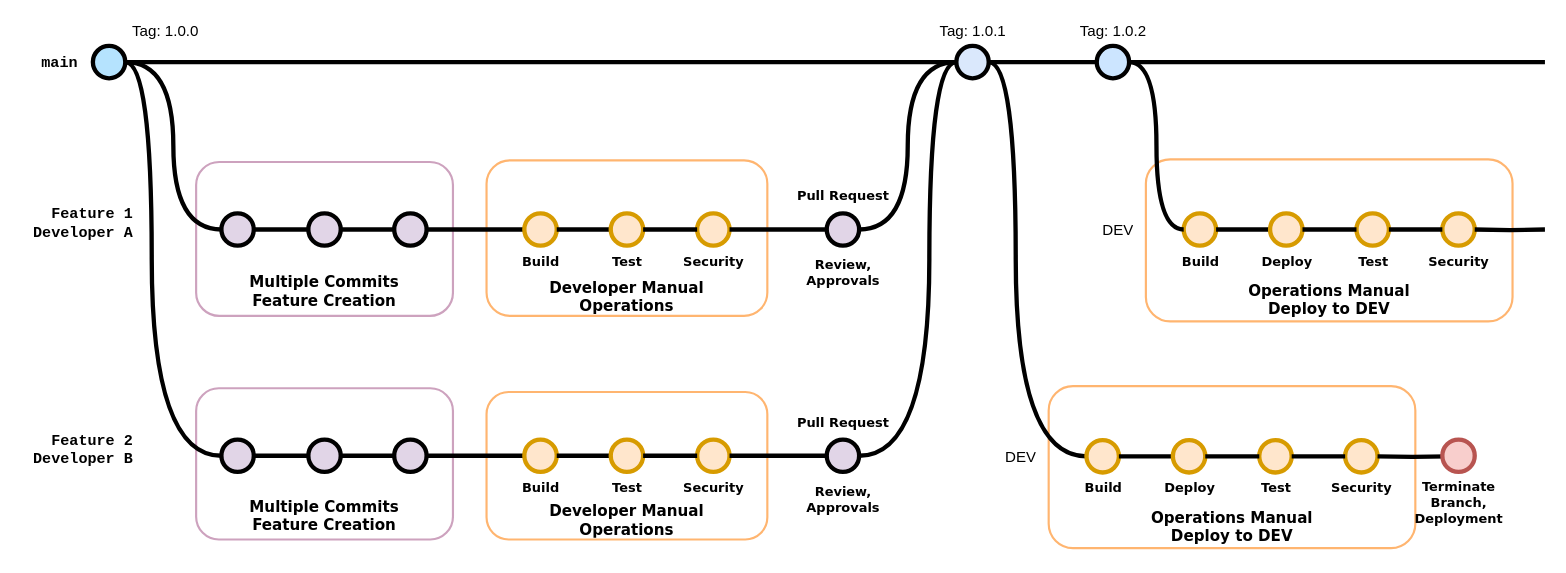
The draw.io diagram page "Traditional SDLC" (2 of 5) of Simple DevSecOps.drawio in eti-tme-tim/drawio-drawings, before the edit. Source tidied: cells renumbered, new cells numbered last; positions are measured from the earlier drawing's top-left corner, leaving out a move shared by most shapes. Both pictures are drawn from the tidied source at 108%, with x=0, y=0 at pixel (18, 18).
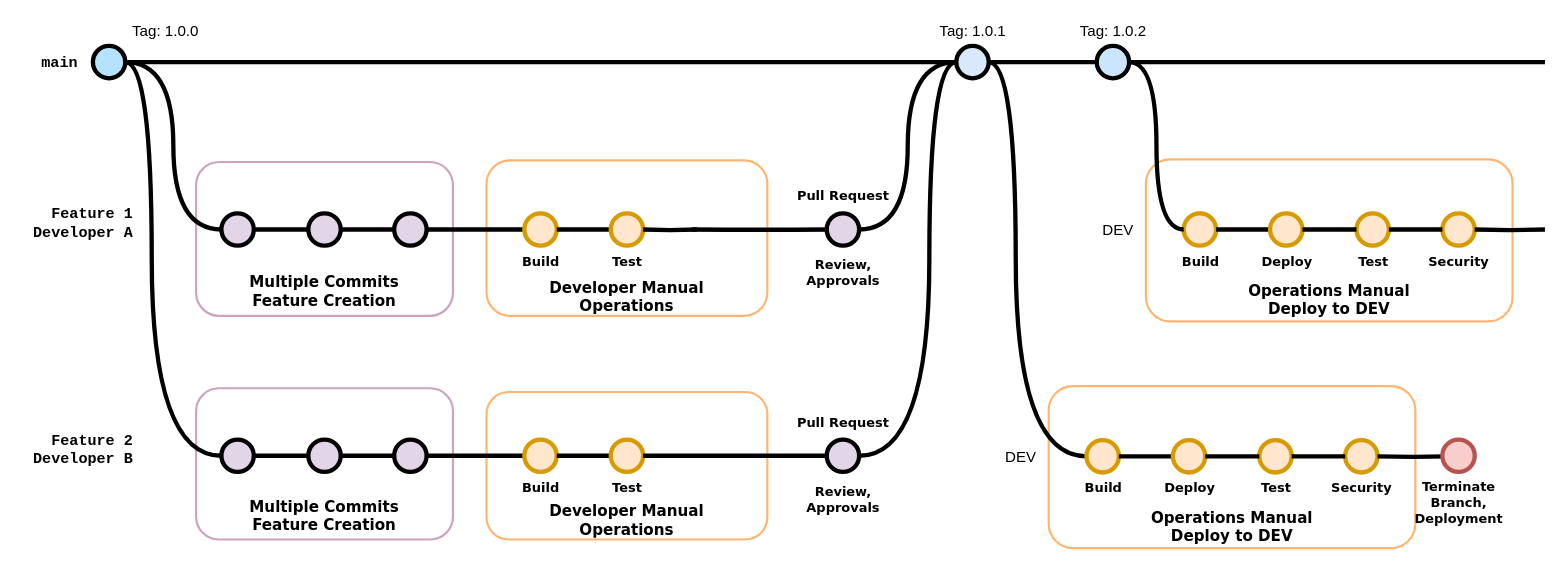
After the change.

The change refers to these unchanged cells:
```xml
<mxCell id="25" style="verticalLabelPosition=bottom;verticalAlign=top;html=1;strokeWidth=4;shape=mxgraph.flowchart.on-page_reference;strokeColor=#d79b00;fillColor=#ffe6cc;" parent="1" vertex="1">
  <mxGeometry x="548" y="180" width="30" height="30" as="geometry" />
</mxCell>
<mxCell id="28" style="verticalLabelPosition=bottom;verticalAlign=top;html=1;strokeWidth=4;shape=mxgraph.flowchart.on-page_reference;plain-purple;gradientColor=none;strokeColor=#000000;" parent="1" vertex="1">
  <mxGeometry x="748" y="180" width="30" height="30" as="geometry" />
</mxCell>
<mxCell id="65" style="verticalLabelPosition=bottom;verticalAlign=top;html=1;strokeWidth=4;shape=mxgraph.flowchart.on-page_reference;strokeColor=#d79b00;fillColor=#ffe6cc;" parent="1" vertex="1">
  <mxGeometry x="548" y="389.5" width="30" height="30" as="geometry" />
</mxCell>
<mxCell id="68" style="verticalLabelPosition=bottom;verticalAlign=top;html=1;strokeWidth=4;shape=mxgraph.flowchart.on-page_reference;plain-purple;gradientColor=none;strokeColor=#000000;" parent="1" vertex="1">
  <mxGeometry x="748" y="389.5" width="30" height="30" as="geometry" />
</mxCell>
```

Diff of the diagram source:
```diff
@@
+    <mxCell id="3" style="whiteSpace=wrap;html=1;rounded=1;shadow=0;strokeColor=#FFB570;strokeWidth=2;fontFamily=Verdana;fillColor=none;" parent="1" vertex="1">
+      <mxGeometry x="433" y="131" width="260" height="144" as="geometry" />
+    </mxCell>
@@
-    <mxCell id="3" style="whiteSpace=wrap;html=1;rounded=1;shadow=0;strokeColor=#FFB570;strokeWidth=2;fontFamily=Verdana;fillColor=none;" parent="1" vertex="1">
-      <mxGeometry x="433" y="131" width="260" height="144" as="geometry" />
-    </mxCell>
@@
-    <mxCell id="22" value="Security" style="text;html=1;align=center;verticalAlign=middle;strokeColor=none;fillColor=none;fontFamily=Verdana;fontStyle=1;" parent="1" vertex="1">
-      <mxGeometry x="603" y="210" width="80" height="30" as="geometry" />
-    </mxCell>
@@
-    <mxCell id="26" style="verticalLabelPosition=bottom;verticalAlign=top;html=1;strokeWidth=4;shape=mxgraph.flowchart.on-page_reference;strokeColor=#d79b00;fillColor=#ffe6cc;" parent="1" vertex="1">
-      <mxGeometry x="628" y="180" width="30" height="30" as="geometry" />
-    </mxCell>
-    <mxCell id="27" style="edgeStyle=orthogonalEdgeStyle;rounded=0;jettySize=auto;html=1;fontFamily=Verdana;strokeWidth=4;strokeColor=default;endArrow=none;endFill=0;exitX=0;exitY=0.5;exitDx=0;exitDy=0;exitPerimeter=0;entryX=1;entryY=0.5;entryDx=0;entryDy=0;entryPerimeter=0;" parent="1" edge="1" source="26" target="25">
-      <mxGeometry relative="1" as="geometry" />
+    <mxCell id="27" style="edgeStyle=orthogonalEdgeStyle;rounded=0;jettySize=auto;html=1;fontFamily=Verdana;strokeWidth=4;strokeColor=default;endArrow=none;endFill=0;exitX=0;exitY=0.5;exitDx=0;exitDy=0;exitPerimeter=0;entryX=1;entryY=0.5;entryDx=0;entryDy=0;entryPerimeter=0;" parent="1" edge="1" target="25">
+      <mxGeometry relative="1" as="geometry">
+        <mxPoint x="628" y="195" as="sourcePoint" />
+      </mxGeometry>
     </mxCell>
@@
-    <mxCell id="29" style="edgeStyle=orthogonalEdgeStyle;curved=1;rounded=0;html=1;endArrow=none;endFill=0;jettySize=auto;strokeWidth=4;fontSize=15;exitX=1;exitY=0.5;exitDx=0;exitDy=0;exitPerimeter=0;entryX=0;entryY=0.5;entryDx=0;entryDy=0;entryPerimeter=0;" parent="1" edge="1" source="26" target="28">
-      <mxGeometry relative="1" as="geometry" />
+    <mxCell id="29" style="edgeStyle=orthogonalEdgeStyle;curved=1;rounded=0;html=1;endArrow=none;endFill=0;jettySize=auto;strokeWidth=4;fontSize=15;entryX=0;entryY=0.5;entryDx=0;entryDy=0;entryPerimeter=0;" parent="1" edge="1" target="28">
+      <mxGeometry relative="1" as="geometry">
+        <mxPoint x="623" y="195" as="sourcePoint" />
+      </mxGeometry>
     </mxCell>
@@
-    <mxCell id="62" value="Security" style="text;html=1;align=center;verticalAlign=middle;strokeColor=none;fillColor=none;fontFamily=Verdana;fontStyle=1;" parent="1" vertex="1">
-      <mxGeometry x="603" y="419.5" width="80" height="30" as="geometry" />
-    </mxCell>
@@
-    <mxCell id="66" style="verticalLabelPosition=bottom;verticalAlign=top;html=1;strokeWidth=4;shape=mxgraph.flowchart.on-page_reference;strokeColor=#d79b00;fillColor=#ffe6cc;" parent="1" vertex="1">
-      <mxGeometry x="628" y="389.5" width="30" height="30" as="geometry" />
-    </mxCell>
-    <mxCell id="67" style="edgeStyle=orthogonalEdgeStyle;rounded=0;jettySize=auto;html=1;fontFamily=Verdana;strokeWidth=4;strokeColor=default;endArrow=none;endFill=0;exitX=0;exitY=0.5;exitDx=0;exitDy=0;exitPerimeter=0;entryX=1;entryY=0.5;entryDx=0;entryDy=0;entryPerimeter=0;" parent="1" edge="1" source="66" target="65">
+    <mxCell id="67" style="edgeStyle=orthogonalEdgeStyle;rounded=0;jettySize=auto;html=1;fontFamily=Verdana;strokeWidth=4;strokeColor=default;endArrow=none;endFill=0;exitX=0;exitY=0.5;exitDx=0;exitDy=0;exitPerimeter=0;entryX=1;entryY=0.5;entryDx=0;entryDy=0;entryPerimeter=0;" parent="1" edge="1" source="68" target="65">
       <mxGeometry relative="1" as="geometry" />
     </mxCell>
@@
-    <mxCell id="69" style="edgeStyle=orthogonalEdgeStyle;curved=1;rounded=0;html=1;endArrow=none;endFill=0;jettySize=auto;strokeWidth=4;fontSize=15;exitX=1;exitY=0.5;exitDx=0;exitDy=0;exitPerimeter=0;entryX=0;entryY=0.5;entryDx=0;entryDy=0;entryPerimeter=0;" parent="1" edge="1" source="66" target="68">
-      <mxGeometry relative="1" as="geometry" />
-    </mxCell>
```
